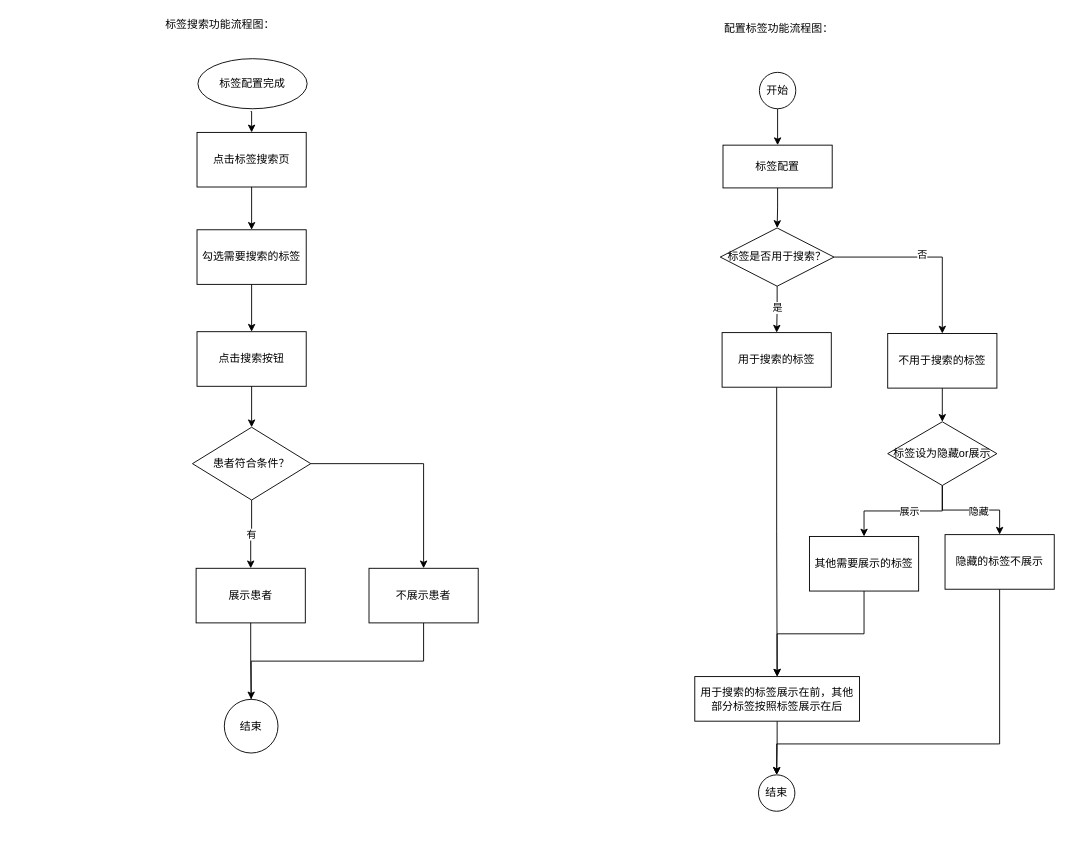
Above: 未命名绘图.drawio in ElsaTravel/hello-world (draw.io), before the change. Source tidied: cells renumbered, new cells numbered last; positions are measured from the earlier drawing's top-left corner, leaving out a move shared by most shapes. Both pictures are drawn from the tidied source at 91%, with x=0, y=0 at pixel (151, 15).
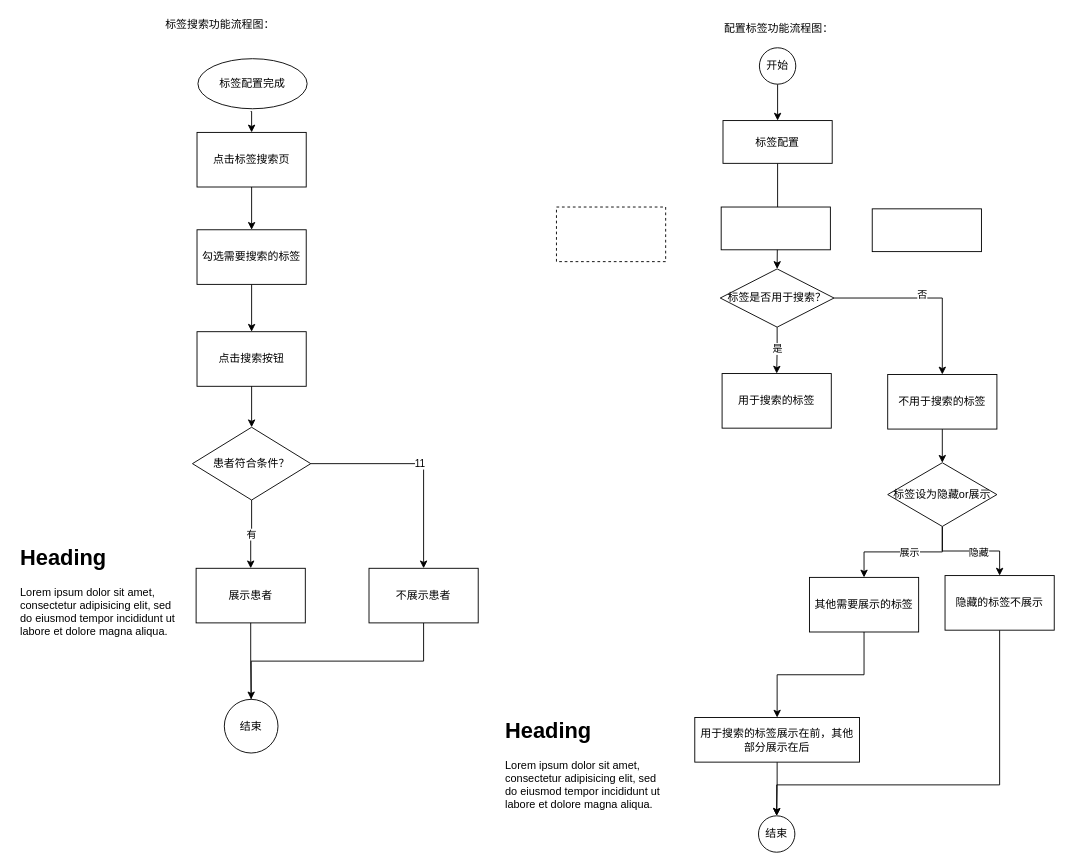
After the change.

Commit message:
更新未命名绘图.drawio

Unchanged cells that the change refers to:
```xml
<mxCell id="11" value="患者符合条件？" style="rhombus;whiteSpace=wrap;html=1;" parent="1" vertex="1">
  <mxGeometry x="45" y="452" width="130" height="80" as="geometry" />
</mxCell>
<mxCell id="14" value="不展示患者" style="rounded=0;whiteSpace=wrap;html=1;" parent="1" vertex="1">
  <mxGeometry x="239" y="607" width="120" height="60" as="geometry" />
</mxCell>
```

What changed in the source:
```diff
@@
-    <mxCell id="10" style="edgeStyle=orthogonalEdgeStyle;rounded=0;jettySize=auto;html=1;entryX=0.5;entryY=0;entryDx=0;entryDy=0;" parent="1" edge="1" source="11" target="14">
+    <mxCell id="10" value="11" style="edgeStyle=orthogonalEdgeStyle;rounded=0;jettySize=auto;html=1;entryX=0.5;entryY=0;entryDx=0;entryDy=0;" parent="1" edge="1" source="11" target="14">
       <mxGeometry relative="1" as="geometry" />
     </mxCell>
@@
     <mxCell id="19" value="开始" style="ellipse;whiteSpace=wrap;html=1;" parent="1" vertex="1">
-      <mxGeometry x="668" y="62" width="40" height="40" as="geometry" />
+      <mxGeometry x="668" y="35" width="40" height="40" as="geometry" />
     </mxCell>
@@
     <mxCell id="21" value="标签配置" style="rounded=0;whiteSpace=wrap;html=1;" parent="1" vertex="1">
-      <mxGeometry x="628" y="142" width="120" height="47" as="geometry" />
+      <mxGeometry x="628" y="115" width="120" height="47" as="geometry" />
     </mxCell>
@@
     <mxCell id="23" value="不用于搜索的标签" style="rounded=0;whiteSpace=wrap;html=1;" parent="1" vertex="1">
-      <mxGeometry x="809" y="349" width="120" height="60" as="geometry" />
+      <mxGeometry x="809" y="394" width="120" height="60" as="geometry" />
     </mxCell>
@@
     <mxCell id="28" value="标签设为隐藏or展示" style="rhombus;whiteSpace=wrap;html=1;" parent="1" vertex="1">
-      <mxGeometry x="809" y="446" width="120" height="70" as="geometry" />
+      <mxGeometry x="809" y="491" width="120" height="70" as="geometry" />
     </mxCell>
     <mxCell id="29" style="edgeStyle=orthogonalEdgeStyle;rounded=0;jettySize=auto;html=1;strokeColor=#000000;" parent="1" edge="1" source="30" target="44">
       <mxGeometry relative="1" as="geometry">
         <Array as="points">
-          <mxPoint x="932" y="800" />
-          <mxPoint x="687" y="800" />
+          <mxPoint x="932" y="845" />
+          <mxPoint x="687" y="845" />
         </Array>
       </mxGeometry>
     </mxCell>
     <mxCell id="30" value="隐藏的标签不展示" style="rounded=0;whiteSpace=wrap;html=1;" parent="1" vertex="1">
-      <mxGeometry x="872" y="570" width="120" height="60" as="geometry" />
+      <mxGeometry x="872" y="615" width="120" height="60" as="geometry" />
     </mxCell>
@@
     <mxCell id="32" value="其他需要展示的标签" style="rounded=0;whiteSpace=wrap;html=1;" parent="1" vertex="1">
-      <mxGeometry x="723" y="572" width="120" height="60" as="geometry" />
+      <mxGeometry x="723" y="617" width="120" height="60" as="geometry" />
     </mxCell>
@@
-    <mxCell id="34" value="用于搜索的标签展示在前，其他部分标签按照标签展示在后" style="rounded=0;whiteSpace=wrap;html=1;" parent="1" vertex="1">
-      <mxGeometry x="597" y="726" width="181" height="49" as="geometry" />
+    <mxCell id="34" value="用于搜索的标签展示在前，其他部分展示在后" style="rounded=0;whiteSpace=wrap;html=1;" parent="1" vertex="1">
+      <mxGeometry x="597" y="771" width="181" height="49" as="geometry" />
     </mxCell>
@@
     <mxCell id="39" value="标签是否用于搜索？" style="rhombus;whiteSpace=wrap;html=1;" parent="1" vertex="1">
-      <mxGeometry x="625" y="233" width="125" height="64" as="geometry" />
+      <mxGeometry x="625" y="278" width="125" height="64" as="geometry" />
     </mxCell>
@@
-    <mxCell id="42" style="edgeStyle=orthogonalEdgeStyle;rounded=0;jettySize=auto;html=1;entryX=0.5;entryY=0;entryDx=0;entryDy=0;" parent="1" edge="1" source="43" target="34">
-      <mxGeometry relative="1" as="geometry" />
-    </mxCell>
     <mxCell id="43" value="用于搜索的标签" style="rounded=0;whiteSpace=wrap;html=1;" parent="1" vertex="1">
-      <mxGeometry x="627" y="348" width="120" height="60" as="geometry" />
+      <mxGeometry x="627" y="393" width="120" height="60" as="geometry" />
     </mxCell>
     <mxCell id="44" value="结束" style="ellipse;whiteSpace=wrap;html=1;" parent="1" vertex="1">
-      <mxGeometry x="667" y="834" width="40" height="40" as="geometry" />
+      <mxGeometry x="667" y="879" width="40" height="40" as="geometry" />
     </mxCell>
@@
+    <mxCell id="47" value="&lt;h1&gt;Heading&lt;/h1&gt;&lt;p&gt;Lorem ipsum dolor sit amet, consectetur adipisicing elit, sed do eiusmod tempor incididunt ut labore et dolore magna aliqua.&lt;/p&gt;" style="text;html=1;strokeColor=none;fillColor=none;spacing=5;spacingTop=-20;whiteSpace=wrap;overflow=hidden;rounded=0;" parent="1" vertex="1">
+      <mxGeometry x="384" y="766" width="190" height="120" as="geometry" />
+    </mxCell>
+    <mxCell id="48" value="&lt;h1&gt;Heading&lt;/h1&gt;&lt;p&gt;Lorem ipsum dolor sit amet, consectetur adipisicing elit, sed do eiusmod tempor incididunt ut labore et dolore magna aliqua.&lt;/p&gt;" style="text;html=1;strokeColor=none;fillColor=none;spacing=5;spacingTop=-20;whiteSpace=wrap;overflow=hidden;rounded=0;" parent="1" vertex="1">
+      <mxGeometry x="-149" y="576" width="190" height="120" as="geometry" />
+    </mxCell>
+    <mxCell id="49" style="rounded=0;whiteSpace=wrap;html=1;dashed=1;" parent="1" vertex="1">
+      <mxGeometry x="445" y="210" width="120" height="60" as="geometry" />
+    </mxCell>
+    <mxCell id="50" style="rounded=0;whiteSpace=wrap;html=1;" parent="1" vertex="1">
+      <mxGeometry x="626" y="210" width="120" height="47" as="geometry" />
+    </mxCell>
+    <mxCell id="51" style="rounded=0;whiteSpace=wrap;html=1;" parent="1" vertex="1">
+      <mxGeometry x="792" y="212" width="120" height="47" as="geometry" />
+    </mxCell>
```
